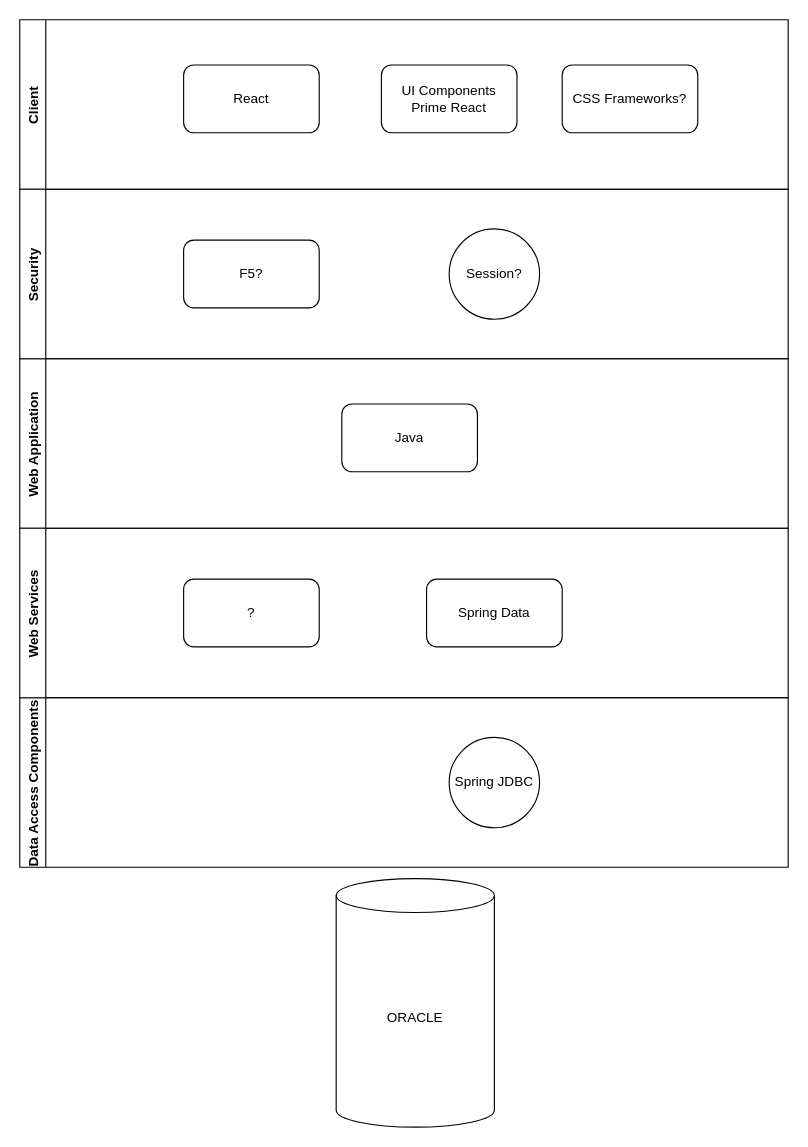
ntimkovich/UAB-II-Diagrams keeps this draw.io diagram as page "Current" (1 of 4) of Tech Stack Options.drawio. Above is the earlier version. Source tidied: cells renumbered, new cells numbered last; positions are measured from the earlier drawing's top-left corner, leaving out a move shared by most shapes. Both pictures are drawn from the tidied source at 113%, with x=0, y=0 at pixel (19, 19).
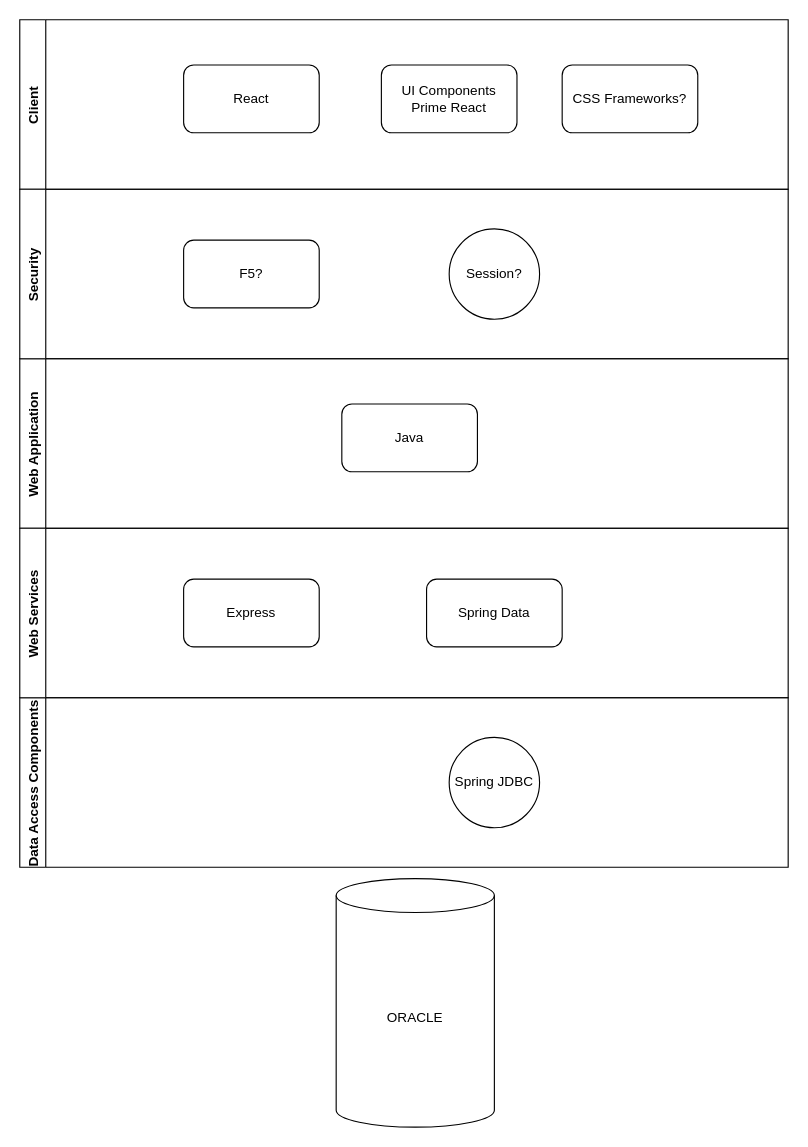
The same diagram, later.

Commit message:
Added Options and Proposed Tabs

Change to the diagram source:
```diff
@@
 <mxGraphModel>
   <root>
     <mxCell id="0" />
     <mxCell id="1" parent="0" />
     <mxCell id="2" value="ORACLE" style="shape=cylinder3;whiteSpace=wrap;html=1;boundedLbl=1;backgroundOutline=1;size=15;" parent="1" vertex="1">
       <mxGeometry x="280" y="760" width="140" height="220" as="geometry" />
     </mxCell>
     <mxCell id="3" value="Data Access Components" style="swimlane;horizontal=0;" parent="1" vertex="1">
       <mxGeometry y="600" width="680" height="150" as="geometry" />
     </mxCell>
     <mxCell id="4" value="Spring JDBC" style="ellipse;whiteSpace=wrap;html=1;" parent="3" vertex="1">
       <mxGeometry x="380" y="35" width="80" height="80" as="geometry" />
     </mxCell>
     <mxCell id="5" value="Web Application" style="swimlane;horizontal=0;" parent="1" vertex="1">
       <mxGeometry y="300" width="680" height="150" as="geometry" />
     </mxCell>
     <mxCell id="6" value="Java" style="rounded=1;whiteSpace=wrap;html=1;" parent="5" vertex="1">
       <mxGeometry x="285" y="40" width="120" height="60" as="geometry" />
     </mxCell>
     <mxCell id="7" value="Client" style="swimlane;horizontal=0;startSize=23;" parent="1" vertex="1">
       <mxGeometry width="680" height="150" as="geometry" />
     </mxCell>
     <mxCell id="8" value="React" style="rounded=1;whiteSpace=wrap;html=1;" parent="7" vertex="1">
       <mxGeometry x="145" y="40" width="120" height="60" as="geometry" />
     </mxCell>
     <mxCell id="9" value="CSS Frameworks?" style="rounded=1;whiteSpace=wrap;html=1;" parent="7" vertex="1">
       <mxGeometry x="480" y="40" width="120" height="60" as="geometry" />
     </mxCell>
     <mxCell id="10" value="UI Components&lt;br&gt;Prime React" style="rounded=1;whiteSpace=wrap;html=1;" parent="7" vertex="1">
       <mxGeometry x="320" y="40" width="120" height="60" as="geometry" />
     </mxCell>
     <mxCell id="11" value="Security" style="swimlane;horizontal=0;" parent="1" vertex="1">
       <mxGeometry y="150" width="680" height="150" as="geometry" />
     </mxCell>
     <mxCell id="12" value="F5?" style="rounded=1;whiteSpace=wrap;html=1;" parent="11" vertex="1">
       <mxGeometry x="145" y="45" width="120" height="60" as="geometry" />
     </mxCell>
     <mxCell id="13" value="Session?" style="ellipse;whiteSpace=wrap;html=1;" parent="11" vertex="1">
       <mxGeometry x="380" y="35" width="80" height="80" as="geometry" />
     </mxCell>
     <mxCell id="14" value="Web Services" style="swimlane;horizontal=0;" parent="1" vertex="1">
       <mxGeometry y="450" width="680" height="150" as="geometry" />
     </mxCell>
-    <mxCell id="15" value="?" style="rounded=1;whiteSpace=wrap;html=1;" parent="14" vertex="1">
+    <mxCell id="15" value="Express" style="rounded=1;whiteSpace=wrap;html=1;" parent="14" vertex="1">
       <mxGeometry x="145" y="45" width="120" height="60" as="geometry" />
     </mxCell>
     <mxCell id="16" value="Spring Data" style="rounded=1;whiteSpace=wrap;html=1;" parent="14" vertex="1">
       <mxGeometry x="360" y="45" width="120" height="60" as="geometry" />
     </mxCell>
   </root>
 </mxGraphModel>
```
